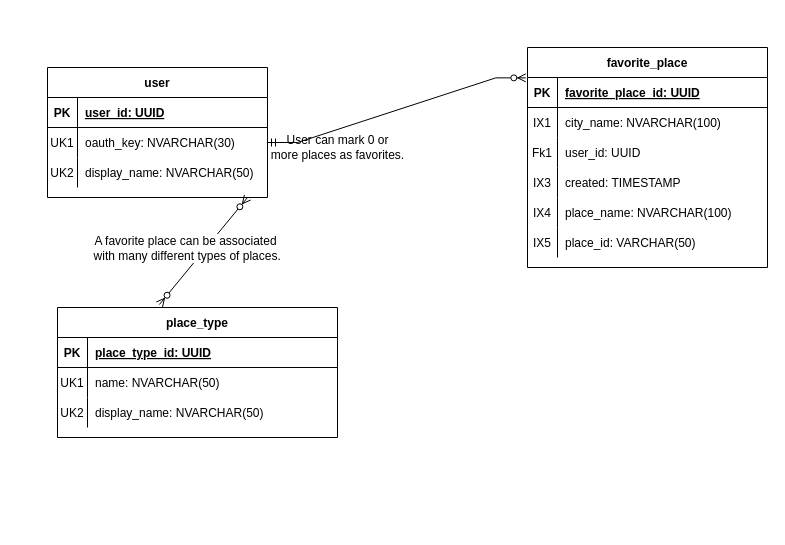
Above: docs/work/erd.drawio in northern-nm-highlights/northern-nm-highlights.github.io (draw.io), before the change. Source tidied: cells renumbered, new cells numbered last; positions are measured from the earlier drawing's top-left corner, leaving out a move shared by most shapes. Both pictures are drawn from the tidied source at 100%, with x=0, y=0 at pixel (47, 47).
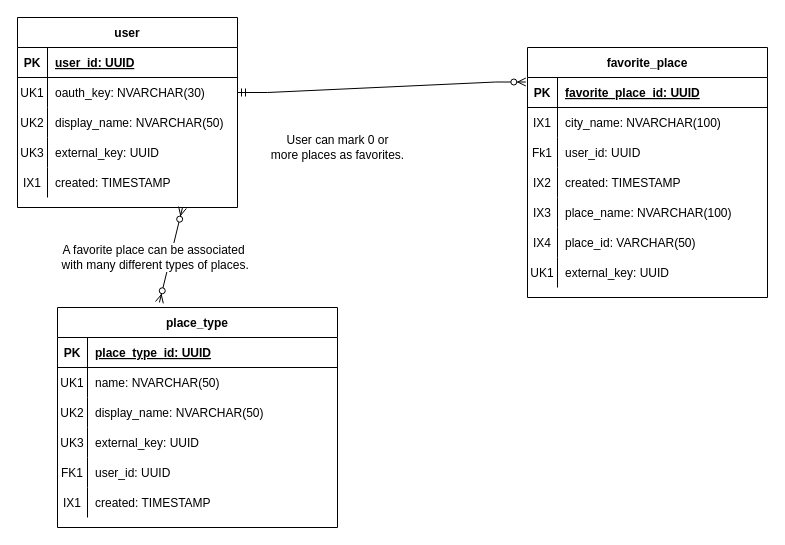
The same diagram, later.

Unchanged cells that the change refers to:
```xml
<mxCell id="22" style="shape=partialRectangle;fillColor=none;top=0;left=0;bottom=0;right=0;" parent="12" vertex="1">
  <mxGeometry y="120" width="240" height="30" as="geometry" />
</mxCell>
<mxCell id="25" style="shape=partialRectangle;fillColor=none;top=0;left=0;bottom=0;right=0;" parent="12" vertex="1">
  <mxGeometry y="150" width="240" height="30" as="geometry" />
</mxCell>
<mxCell id="28" style="shape=partialRectangle;fillColor=none;top=0;left=0;bottom=0;right=0;" parent="12" vertex="1">
  <mxGeometry y="180" width="240" height="30" as="geometry" />
</mxCell>
```

Diff of the diagram source:
```diff
@@
     <mxCell id="2" value="user" style="shape=table;startSize=30;childLayout=tableLayout;rowLines=0;fontStyle=1;align=center;" parent="1" vertex="1">
-      <mxGeometry y="20" width="220" height="130" as="geometry" />
+      <mxGeometry x="-30" y="-30" width="220" height="190" as="geometry" />
     </mxCell>
@@
+    <mxCell id="44" style="shape=partialRectangle;fillColor=none;top=0;left=0;bottom=0;right=0;" parent="2" vertex="1">
+      <mxGeometry y="120" width="220" height="30" as="geometry" />
+    </mxCell>
+    <mxCell id="45" value="UK3" style="shape=partialRectangle;fillColor=none;top=0;left=0;bottom=0;right=0;overflow=hidden;" parent="44" vertex="1">
+      <mxGeometry width="30" height="30" as="geometry" />
+    </mxCell>
+    <mxCell id="46" value="external_key: UUID" style="shape=partialRectangle;fillColor=none;top=0;left=0;bottom=0;right=0;align=left;spacingLeft=6;overflow=hidden;" parent="44" vertex="1">
+      <mxGeometry x="30" width="190" height="30" as="geometry" />
+    </mxCell>
+    <mxCell id="47" style="shape=partialRectangle;fillColor=none;top=0;left=0;bottom=0;right=0;" parent="2" vertex="1">
+      <mxGeometry y="150" width="220" height="30" as="geometry" />
+    </mxCell>
+    <mxCell id="48" value="IX1" style="shape=partialRectangle;fillColor=none;top=0;left=0;bottom=0;right=0;overflow=hidden;" parent="47" vertex="1">
+      <mxGeometry width="30" height="30" as="geometry" />
+    </mxCell>
+    <mxCell id="49" value="created: TIMESTAMP" style="shape=partialRectangle;fillColor=none;top=0;left=0;bottom=0;right=0;align=left;spacingLeft=6;overflow=hidden;" parent="47" vertex="1">
+      <mxGeometry x="30" width="190" height="30" as="geometry" />
+    </mxCell>
     <mxCell id="12" value="favorite_place" style="shape=table;startSize=30;childLayout=tableLayout;rowLines=0;fontStyle=1;align=center;" parent="1" vertex="1">
-      <mxGeometry x="480" width="240" height="220" as="geometry" />
+      <mxGeometry x="480" width="240" height="250" as="geometry" />
     </mxCell>
@@
-    <mxCell id="23" value="IX3" style="shape=partialRectangle;fillColor=none;top=0;left=0;bottom=0;right=0;overflow=hidden;" parent="22" vertex="1">
+    <mxCell id="23" value="IX2" style="shape=partialRectangle;fillColor=none;top=0;left=0;bottom=0;right=0;overflow=hidden;" parent="22" vertex="1">
       <mxGeometry width="30" height="30" as="geometry" />
     </mxCell>
@@
-    <mxCell id="26" value="IX4" style="shape=partialRectangle;fillColor=none;top=0;left=0;bottom=0;right=0;overflow=hidden;" parent="25" vertex="1">
+    <mxCell id="26" value="IX3" style="shape=partialRectangle;fillColor=none;top=0;left=0;bottom=0;right=0;overflow=hidden;" parent="25" vertex="1">
       <mxGeometry width="30" height="30" as="geometry" />
     </mxCell>
@@
-    <mxCell id="29" value="IX5" style="shape=partialRectangle;fillColor=none;top=0;left=0;bottom=0;right=0;overflow=hidden;" parent="28" vertex="1">
+    <mxCell id="29" value="IX4" style="shape=partialRectangle;fillColor=none;top=0;left=0;bottom=0;right=0;overflow=hidden;" parent="28" vertex="1">
       <mxGeometry width="30" height="30" as="geometry" />
     </mxCell>
@@
+    <mxCell id="50" style="shape=partialRectangle;fillColor=none;top=0;left=0;bottom=0;right=0;" parent="12" vertex="1">
+      <mxGeometry y="210" width="240" height="30" as="geometry" />
+    </mxCell>
+    <mxCell id="51" value="UK1" style="shape=partialRectangle;fillColor=none;top=0;left=0;bottom=0;right=0;overflow=hidden;" parent="50" vertex="1">
+      <mxGeometry width="30" height="30" as="geometry" />
+    </mxCell>
+    <mxCell id="52" value="external_key: UUID" style="shape=partialRectangle;fillColor=none;top=0;left=0;bottom=0;right=0;align=left;spacingLeft=6;overflow=hidden;" parent="50" vertex="1">
+      <mxGeometry x="30" width="210" height="30" as="geometry" />
+    </mxCell>
@@
     <mxCell id="32" value="place_type" style="shape=table;startSize=30;childLayout=tableLayout;rowLines=0;fontStyle=1;align=center;" parent="1" vertex="1">
-      <mxGeometry x="10" y="260" width="280" height="130" as="geometry" />
+      <mxGeometry x="10" y="260" width="280" height="220" as="geometry" />
     </mxCell>
@@
+    <mxCell id="53" style="shape=partialRectangle;fillColor=none;top=0;left=0;bottom=0;right=0;" parent="32" vertex="1">
+      <mxGeometry y="120" width="280" height="30" as="geometry" />
+    </mxCell>
+    <mxCell id="54" value="UK3" style="shape=partialRectangle;fillColor=none;top=0;left=0;bottom=0;right=0;overflow=hidden;" parent="53" vertex="1">
+      <mxGeometry width="30" height="30" as="geometry" />
+    </mxCell>
+    <mxCell id="55" value="external_key: UUID" style="shape=partialRectangle;fillColor=none;top=0;left=0;bottom=0;right=0;align=left;spacingLeft=6;overflow=hidden;" parent="53" vertex="1">
+      <mxGeometry x="30" width="250" height="30" as="geometry" />
+    </mxCell>
+    <mxCell id="56" style="shape=partialRectangle;fillColor=none;top=0;left=0;bottom=0;right=0;" parent="32" vertex="1">
+      <mxGeometry y="150" width="280" height="30" as="geometry" />
+    </mxCell>
+    <mxCell id="57" value="FK1" style="shape=partialRectangle;fillColor=none;top=0;left=0;bottom=0;right=0;overflow=hidden;" parent="56" vertex="1">
+      <mxGeometry width="30" height="30" as="geometry" />
+    </mxCell>
+    <mxCell id="58" value="user_id: UUID" style="shape=partialRectangle;fillColor=none;top=0;left=0;bottom=0;right=0;align=left;spacingLeft=6;overflow=hidden;" parent="56" vertex="1">
+      <mxGeometry x="30" width="250" height="30" as="geometry" />
+    </mxCell>
+    <mxCell id="59" style="shape=partialRectangle;fillColor=none;top=0;left=0;bottom=0;right=0;" parent="32" vertex="1">
+      <mxGeometry y="180" width="280" height="30" as="geometry" />
+    </mxCell>
+    <mxCell id="60" value="IX1" style="shape=partialRectangle;fillColor=none;top=0;left=0;bottom=0;right=0;overflow=hidden;" parent="59" vertex="1">
+      <mxGeometry width="30" height="30" as="geometry" />
+    </mxCell>
+    <mxCell id="61" value="created: TIMESTAMP" style="shape=partialRectangle;fillColor=none;top=0;left=0;bottom=0;right=0;align=left;spacingLeft=6;overflow=hidden;" parent="59" vertex="1">
+      <mxGeometry x="30" width="250" height="30" as="geometry" />
+    </mxCell>
@@
-    <mxCell id="43" value="A favorite place can be associated&lt;br&gt;&amp;nbsp;with many different types of places." style="fontSize=12;html=1;endArrow=ERzeroToMany;endFill=1;startArrow=ERzeroToMany;rounded=0;exitX=0.364;exitY=-0.023;exitDx=0;exitDy=0;exitPerimeter=0;" parent="1" edge="1" source="32">
-      <mxGeometry x="-0.14" y="16" relative="1" as="geometry">
-        <mxPoint x="200" y="150" as="targetPoint" />
-      </mxGeometry>
+    <mxCell id="43" value="A favorite place can be associated&lt;br&gt;&amp;nbsp;with many different types of places." style="fontSize=12;html=1;endArrow=ERzeroToMany;endFill=1;startArrow=ERzeroToMany;rounded=0;exitX=0.364;exitY=-0.023;exitDx=0;exitDy=0;exitPerimeter=0;entryX=0.75;entryY=1;entryDx=0;entryDy=0;" parent="1" edge="1" source="32" target="2">
+      <mxGeometry x="-0.14" y="16" relative="1" as="geometry" />
     </mxCell>
```
